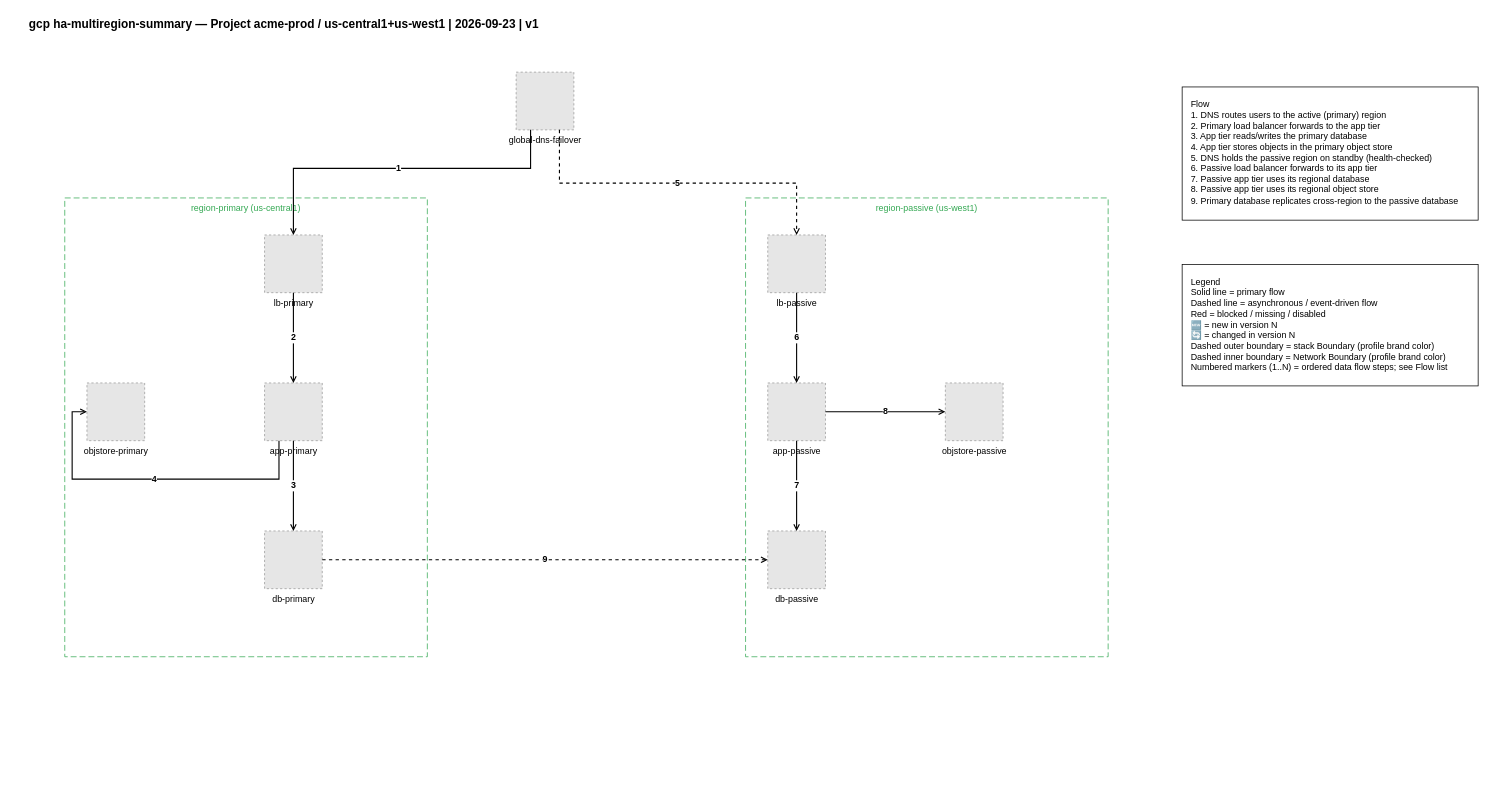
Above: examples/gcp/02-gcp-ha-multiregion-summary.drawio in totoshko88/Cloud_Architecture (draw.io), before the change. Source tidied: cells renumbered, new cells numbered last; positions are measured from the earlier drawing's top-left corner, leaving out a move shared by most shapes. Both pictures are drawn from the tidied source at 74%, with x=0, y=0 at pixel (27, 13). Pictures stored in the file or linked from it are replaced by grey dashed boxes.
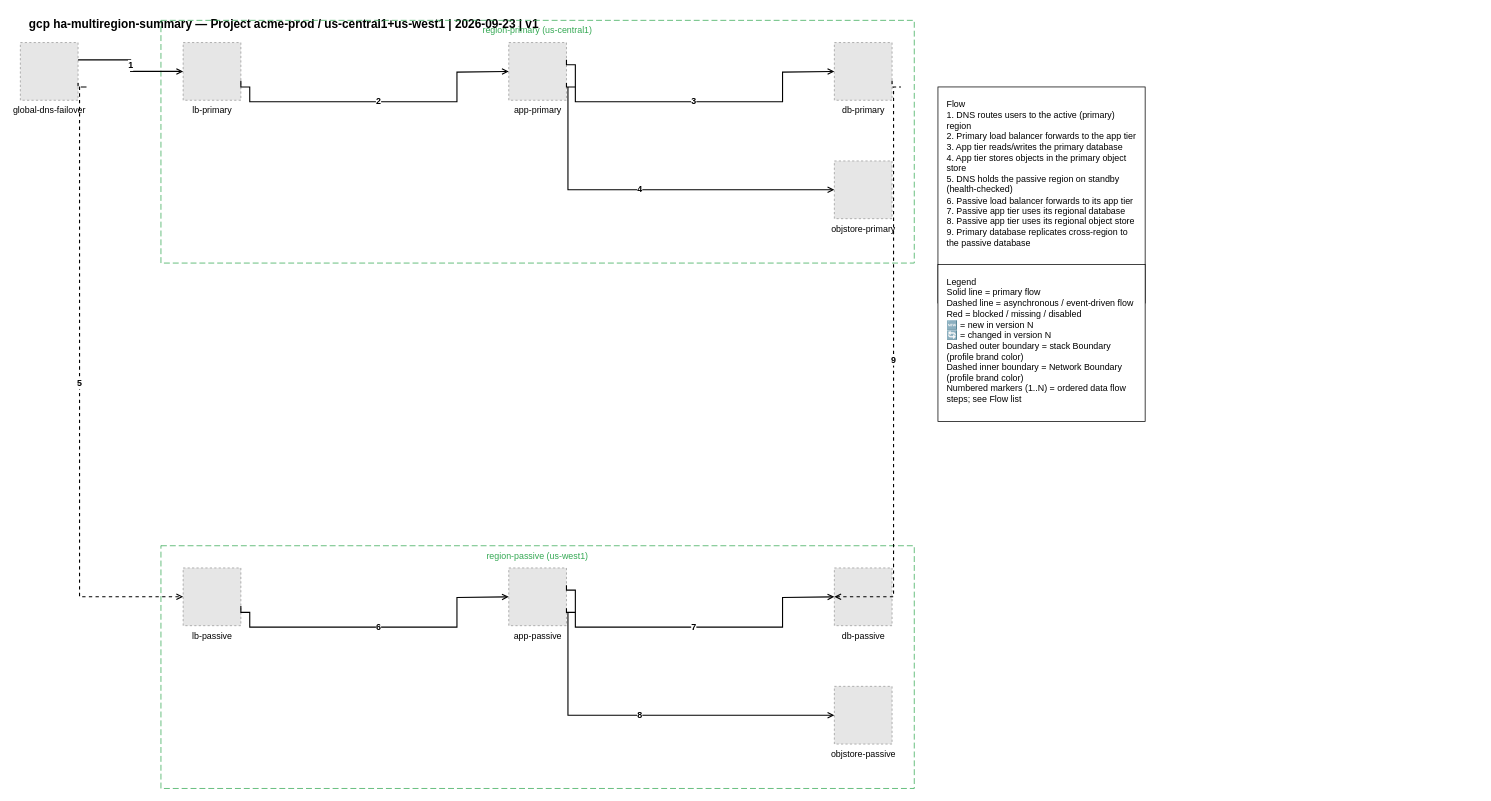
After the change.

Change to the diagram source:
```diff
@@
     <mxCell id="3" value="region-primary (us-central1)" style="rounded=0;whiteSpace=wrap;html=1;dashed=1;dashPattern=8 4;strokeColor=#34A853;fillColor=none;verticalAlign=top;fontColor=#34A853;fontSize=12;" parent="1" vertex="1">
-      <mxGeometry x="50" y="250" width="490" height="620" as="geometry" />
+      <mxGeometry x="180" y="10" width="1018" height="328" as="geometry" />
     </mxCell>
     <mxCell id="4" value="region-passive (us-west1)" style="rounded=0;whiteSpace=wrap;html=1;dashed=1;dashPattern=8 4;strokeColor=#34A853;fillColor=none;verticalAlign=top;fontColor=#34A853;fontSize=12;" parent="1" vertex="1">
-      <mxGeometry x="970" y="250" width="490" height="620" as="geometry" />
+      <mxGeometry x="180" y="720" width="1018" height="328" as="geometry" />
     </mxCell>
     <mxCell id="5" value="global-dns-failover" style="fillColor=#E6E6E6;strokeColor=#999999;dashed=1;verticalLabelPosition=bottom;verticalAlign=top;html=1;align=center;fontSize=12;" parent="1" vertex="1">
-      <mxGeometry x="660" y="80" width="78" height="78" as="geometry" />
+      <mxGeometry x="-10" y="40" width="78" height="78" as="geometry" />
     </mxCell>
     <mxCell id="6" value="lb-primary" style="fillColor=#E6E6E6;strokeColor=#999999;dashed=1;verticalLabelPosition=bottom;verticalAlign=top;html=1;align=center;fontSize=12;" parent="1" vertex="1">
-      <mxGeometry x="320" y="300" width="78" height="78" as="geometry" />
+      <mxGeometry x="210" y="40" width="78" height="78" as="geometry" />
     </mxCell>
     <mxCell id="7" value="app-primary" style="fillColor=#E6E6E6;strokeColor=#999999;dashed=1;verticalLabelPosition=bottom;verticalAlign=top;html=1;align=center;fontSize=12;" parent="1" vertex="1">
-      <mxGeometry x="320" y="500" width="78" height="78" as="geometry" />
+      <mxGeometry x="650" y="40" width="78" height="78" as="geometry" />
     </mxCell>
     <mxCell id="8" value="db-primary" style="fillColor=#E6E6E6;strokeColor=#999999;dashed=1;verticalLabelPosition=bottom;verticalAlign=top;html=1;align=center;fontSize=12;" parent="1" vertex="1">
-      <mxGeometry x="320" y="700" width="78" height="78" as="geometry" />
+      <mxGeometry x="1090" y="40" width="78" height="78" as="geometry" />
     </mxCell>
     <mxCell id="9" value="objstore-primary" style="fillColor=#E6E6E6;strokeColor=#999999;dashed=1;verticalLabelPosition=bottom;verticalAlign=top;html=1;align=center;fontSize=12;" parent="1" vertex="1">
-      <mxGeometry x="80" y="500" width="78" height="78" as="geometry" />
+      <mxGeometry x="1090" y="200" width="78" height="78" as="geometry" />
     </mxCell>
     <mxCell id="10" value="lb-passive" style="fillColor=#E6E6E6;strokeColor=#999999;dashed=1;verticalLabelPosition=bottom;verticalAlign=top;html=1;align=center;fontSize=12;" parent="1" vertex="1">
-      <mxGeometry x="1000" y="300" width="78" height="78" as="geometry" />
+      <mxGeometry x="210" y="750" width="78" height="78" as="geometry" />
     </mxCell>
     <mxCell id="11" value="app-passive" style="fillColor=#E6E6E6;strokeColor=#999999;dashed=1;verticalLabelPosition=bottom;verticalAlign=top;html=1;align=center;fontSize=12;" parent="1" vertex="1">
-      <mxGeometry x="1000" y="500" width="78" height="78" as="geometry" />
+      <mxGeometry x="650" y="750" width="78" height="78" as="geometry" />
     </mxCell>
     <mxCell id="12" value="db-passive" style="fillColor=#E6E6E6;strokeColor=#999999;dashed=1;verticalLabelPosition=bottom;verticalAlign=top;html=1;align=center;fontSize=12;" parent="1" vertex="1">
-      <mxGeometry x="1000" y="700" width="78" height="78" as="geometry" />
+      <mxGeometry x="1090" y="750" width="78" height="78" as="geometry" />
     </mxCell>
     <mxCell id="13" value="objstore-passive" style="fillColor=#E6E6E6;strokeColor=#999999;dashed=1;verticalLabelPosition=bottom;verticalAlign=top;html=1;align=center;fontSize=12;" parent="1" vertex="1">
-      <mxGeometry x="1240" y="500" width="78" height="78" as="geometry" />
+      <mxGeometry x="1090" y="910" width="78" height="78" as="geometry" />
     </mxCell>
-    <mxCell id="14" value="1" style="edgeStyle=orthogonalEdgeStyle;rounded=0;html=1;endArrow=open;endFill=0;strokeWidth=1.5;exitX=0.25;exitY=1.0;exitDx=0;exitDy=0;exitPerimeter=0;entryX=0.5;entryY=0.0;entryDx=0;entryDy=0;fontSize=12;fontStyle=1;" parent="1" edge="1" source="5" target="6">
-      <mxGeometry relative="1" as="geometry">
-        <Array as="points">
-          <mxPoint x="680" y="210" />
-          <mxPoint x="359" y="210" />
-        </Array>
-      </mxGeometry>
+    <mxCell id="14" value="1" style="edgeStyle=orthogonalEdgeStyle;rounded=0;html=1;endArrow=open;endFill=0;strokeWidth=1.5;exitX=1.0;exitY=0.3;exitDx=0;exitDy=0;exitPerimeter=0;entryX=0.0;entryY=0.5;entryDx=0;entryDy=0;fontSize=12;fontStyle=1;" parent="1" edge="1" source="5" target="6">
+      <mxGeometry relative="1" as="geometry" />
     </mxCell>
-    <mxCell id="15" value="2" style="edgeStyle=orthogonalEdgeStyle;rounded=0;html=1;endArrow=open;endFill=0;strokeWidth=1.5;exitX=0.5;exitY=1.0;exitDx=0;exitDy=0;exitPerimeter=0;entryX=0.5;entryY=0.0;entryDx=0;entryDy=0;fontSize=12;fontStyle=1;" parent="1" edge="1" source="6" target="7">
-      <mxGeometry relative="1" as="geometry" />
+    <mxCell id="15" value="2" style="edgeStyle=orthogonalEdgeStyle;rounded=0;html=1;endArrow=open;endFill=0;strokeWidth=1.5;exitX=1.0;exitY=0.66;exitDx=0;exitDy=0;exitPerimeter=0;entryX=0.0;entryY=0.5;entryDx=0;entryDy=0;fontSize=12;fontStyle=1;" parent="1" edge="1" source="6" target="7">
+      <mxGeometry relative="1" as="geometry">
+        <Array as="points">
+          <mxPoint x="300" y="100" />
+          <mxPoint x="300" y="120" />
+          <mxPoint x="580" y="120" />
+          <mxPoint x="580" y="80" />
+        </Array>
+      </mxGeometry>
     </mxCell>
-    <mxCell id="16" value="3" style="edgeStyle=orthogonalEdgeStyle;rounded=0;html=1;endArrow=open;endFill=0;strokeWidth=1.5;exitX=0.5;exitY=1.0;exitDx=0;exitDy=0;exitPerimeter=0;entryX=0.5;entryY=0.0;entryDx=0;entryDy=0;fontSize=12;fontStyle=1;" parent="1" edge="1" source="7" target="8">
-      <mxGeometry relative="1" as="geometry" />
+    <mxCell id="16" value="3" style="edgeStyle=orthogonalEdgeStyle;rounded=0;html=1;endArrow=open;endFill=0;strokeWidth=1.5;exitX=1.0;exitY=0.3;exitDx=0;exitDy=0;exitPerimeter=0;entryX=0.0;entryY=0.5;entryDx=0;entryDy=0;fontSize=12;fontStyle=1;" parent="1" edge="1" source="7" target="8">
+      <mxGeometry relative="1" as="geometry">
+        <Array as="points">
+          <mxPoint x="740" y="70" />
+          <mxPoint x="740" y="120" />
+          <mxPoint x="1020" y="120" />
+          <mxPoint x="1020" y="80" />
+        </Array>
+      </mxGeometry>
     </mxCell>
-    <mxCell id="17" value="4" style="edgeStyle=orthogonalEdgeStyle;rounded=0;html=1;endArrow=open;endFill=0;strokeWidth=1.5;exitX=0.25;exitY=1.0;exitDx=0;exitDy=0;exitPerimeter=0;entryX=0.0;entryY=0.5;entryDx=0;entryDy=0;fontSize=12;fontStyle=1;" parent="1" edge="1" source="7" target="9">
+    <mxCell id="17" value="4" style="edgeStyle=orthogonalEdgeStyle;rounded=0;html=1;endArrow=open;endFill=0;strokeWidth=1.5;exitX=1.0;exitY=0.7;exitDx=0;exitDy=0;exitPerimeter=0;entryX=0.0;entryY=0.5;entryDx=0;entryDy=0;fontSize=12;fontStyle=1;" parent="1" edge="1" source="7" target="9">
       <mxGeometry relative="1" as="geometry">
         <Array as="points">
-          <mxPoint x="339" y="630" />
-          <mxPoint x="60" y="630" />
-          <mxPoint x="60" y="539" />
+          <mxPoint x="740" y="100" />
+          <mxPoint x="730" y="100" />
+          <mxPoint x="730" y="240" />
         </Array>
       </mxGeometry>
     </mxCell>
-    <mxCell id="18" value="5" style="edgeStyle=orthogonalEdgeStyle;rounded=0;html=1;endArrow=open;endFill=0;strokeWidth=1.5;dashed=1;exitX=0.75;exitY=1.0;exitDx=0;exitDy=0;exitPerimeter=0;entryX=0.5;entryY=0.0;entryDx=0;entryDy=0;fontSize=12;fontStyle=1;" parent="1" edge="1" source="5" target="10">
+    <mxCell id="18" value="5" style="edgeStyle=orthogonalEdgeStyle;rounded=0;html=1;endArrow=open;endFill=0;strokeWidth=1.5;dashed=1;exitX=1.0;exitY=0.7;exitDx=0;exitDy=0;exitPerimeter=0;entryX=0.0;entryY=0.5;entryDx=0;entryDy=0;fontSize=12;fontStyle=1;" parent="1" edge="1" source="5" target="10">
       <mxGeometry relative="1" as="geometry">
         <Array as="points">
-          <mxPoint x="718" y="230" />
-          <mxPoint x="1039" y="230" />
+          <mxPoint x="80" y="100" />
+          <mxPoint x="70" y="100" />
+          <mxPoint x="70" y="790" />
         </Array>
       </mxGeometry>
     </mxCell>
-    <mxCell id="19" value="6" style="edgeStyle=orthogonalEdgeStyle;rounded=0;html=1;endArrow=open;endFill=0;strokeWidth=1.5;exitX=0.5;exitY=1.0;exitDx=0;exitDy=0;exitPerimeter=0;entryX=0.5;entryY=0.0;entryDx=0;entryDy=0;fontSize=12;fontStyle=1;" parent="1" edge="1" source="10" target="11">
-      <mxGeometry relative="1" as="geometry" />
+    <mxCell id="19" value="6" style="edgeStyle=orthogonalEdgeStyle;rounded=0;html=1;endArrow=open;endFill=0;strokeWidth=1.5;exitX=1.0;exitY=0.66;exitDx=0;exitDy=0;exitPerimeter=0;entryX=0.0;entryY=0.5;entryDx=0;entryDy=0;fontSize=12;fontStyle=1;" parent="1" edge="1" source="10" target="11">
+      <mxGeometry relative="1" as="geometry">
+        <Array as="points">
+          <mxPoint x="300" y="810" />
+          <mxPoint x="300" y="830" />
+          <mxPoint x="580" y="830" />
+          <mxPoint x="580" y="790" />
+        </Array>
+      </mxGeometry>
     </mxCell>
-    <mxCell id="20" value="7" style="edgeStyle=orthogonalEdgeStyle;rounded=0;html=1;endArrow=open;endFill=0;strokeWidth=1.5;exitX=0.5;exitY=1.0;exitDx=0;exitDy=0;exitPerimeter=0;entryX=0.5;entryY=0.0;entryDx=0;entryDy=0;fontSize=12;fontStyle=1;" parent="1" edge="1" source="11" target="12">
-      <mxGeometry relative="1" as="geometry" />
+    <mxCell id="20" value="7" style="edgeStyle=orthogonalEdgeStyle;rounded=0;html=1;endArrow=open;endFill=0;strokeWidth=1.5;exitX=1.0;exitY=0.3;exitDx=0;exitDy=0;exitPerimeter=0;entryX=0.0;entryY=0.5;entryDx=0;entryDy=0;fontSize=12;fontStyle=1;" parent="1" edge="1" source="11" target="12">
+      <mxGeometry relative="1" as="geometry">
+        <Array as="points">
+          <mxPoint x="740" y="780" />
+          <mxPoint x="740" y="830" />
+          <mxPoint x="1020" y="830" />
+          <mxPoint x="1020" y="790" />
+        </Array>
+      </mxGeometry>
     </mxCell>
-    <mxCell id="21" value="8" style="edgeStyle=orthogonalEdgeStyle;rounded=0;html=1;endArrow=open;endFill=0;strokeWidth=1.5;exitX=1.0;exitY=0.5;exitDx=0;exitDy=0;exitPerimeter=0;entryX=0.0;entryY=0.5;entryDx=0;entryDy=0;fontSize=12;fontStyle=1;" parent="1" edge="1" source="11" target="13">
-      <mxGeometry relative="1" as="geometry" />
+    <mxCell id="21" value="8" style="edgeStyle=orthogonalEdgeStyle;rounded=0;html=1;endArrow=open;endFill=0;strokeWidth=1.5;exitX=1.0;exitY=0.7;exitDx=0;exitDy=0;exitPerimeter=0;entryX=0.0;entryY=0.5;entryDx=0;entryDy=0;fontSize=12;fontStyle=1;" parent="1" edge="1" source="11" target="13">
+      <mxGeometry relative="1" as="geometry">
+        <Array as="points">
+          <mxPoint x="740" y="810" />
+          <mxPoint x="730" y="810" />
+          <mxPoint x="730" y="950" />
+        </Array>
+      </mxGeometry>
     </mxCell>
-    <mxCell id="22" value="9" style="edgeStyle=orthogonalEdgeStyle;rounded=0;html=1;endArrow=open;endFill=0;strokeWidth=1.5;dashed=1;exitX=1.0;exitY=0.5;exitDx=0;exitDy=0;exitPerimeter=0;entryX=0.0;entryY=0.5;entryDx=0;entryDy=0;fontSize=12;fontStyle=1;" parent="1" edge="1" source="8" target="12">
-      <mxGeometry relative="1" as="geometry" />
+    <mxCell id="22" value="9" style="edgeStyle=orthogonalEdgeStyle;rounded=0;html=1;endArrow=open;endFill=0;strokeWidth=1.5;dashed=1;exitX=1.0;exitY=0.66;exitDx=0;exitDy=0;exitPerimeter=0;entryX=0.0;entryY=0.5;entryDx=0;entryDy=0;fontSize=12;fontStyle=1;" parent="1" edge="1" source="8" target="12">
+      <mxGeometry relative="1" as="geometry">
+        <Array as="points">
+          <mxPoint x="1180" y="100" />
+          <mxPoint x="1170" y="100" />
+          <mxPoint x="1170" y="790" />
+        </Array>
+      </mxGeometry>
     </mxCell>
     <mxCell id="23" value="Flow&#10;1. DNS routes users to the active (primary) region&#10;2. Primary load balancer forwards to the app tier&#10;3. App tier reads/writes the primary database&#10;4. App tier stores objects in the primary object store&#10;5. DNS holds the passive region on standby (health-checked)&#10;6. Passive load balancer forwards to its app tier&#10;7. Passive app tier uses its regional database&#10;8. Passive app tier uses its regional object store&#10;9. Primary database replicates cross-region to the passive database" style="text;html=1;align=left;verticalAlign=top;fontSize=12;whiteSpace=wrap;strokeColor=#000000;fillColor=#FFFFFF;spacingLeft=10;spacingRight=10;spacingTop=10;spacingBottom=10;" parent="1" vertex="1">
-      <mxGeometry x="1560" y="100" width="400" height="180" as="geometry" />
+      <mxGeometry x="1230" y="100" width="280" height="292" as="geometry" />
     </mxCell>
     <mxCell id="24" value="Legend&#10;Solid line = primary flow&#10;Dashed line = asynchronous / event-driven flow&#10;Red = blocked / missing / disabled&#10;🆕 = new in version N&#10;🔄 = changed in version N&#10;Dashed outer boundary = stack Boundary (profile brand color)&#10;Dashed inner boundary = Network Boundary (profile brand color)&#10;Numbered markers (1..N) = ordered data flow steps; see Flow list" style="text;html=1;align=left;verticalAlign=top;fontSize=12;whiteSpace=wrap;strokeColor=#000000;fillColor=#FFFFFF;spacingLeft=10;spacingRight=10;spacingTop=10;spacingBottom=10;" parent="1" vertex="1">
-      <mxGeometry x="1560" y="340" width="400" height="164" as="geometry" />
+      <mxGeometry x="1230" y="340" width="280" height="212" as="geometry" />
     </mxCell>
```
